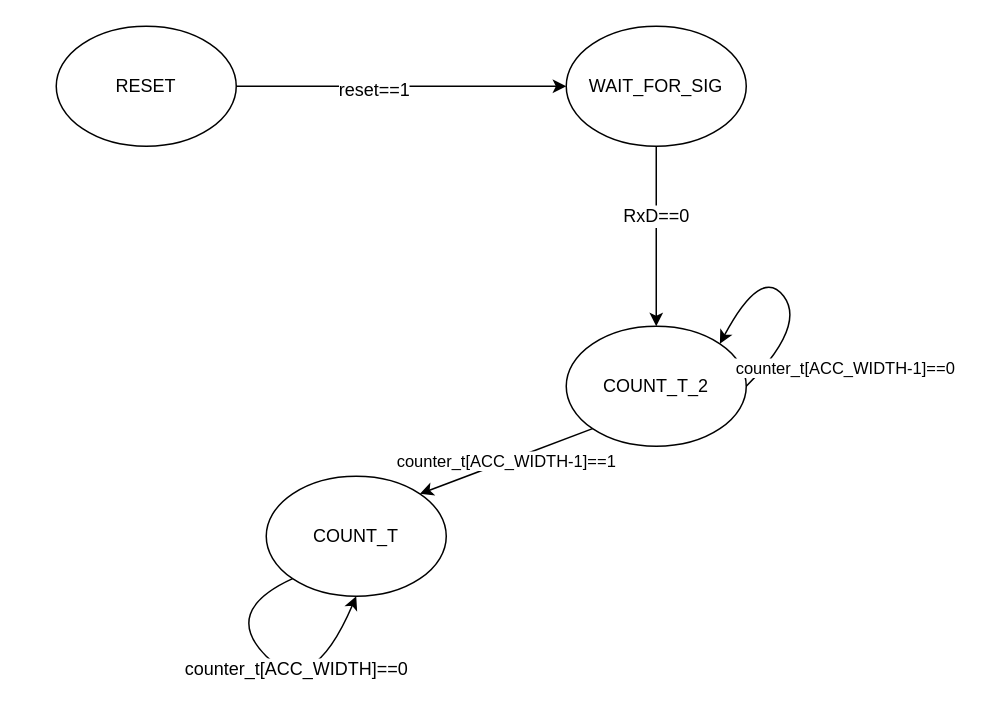
Before: fsm.drawio in Mantabit/misc, a draw.io diagram. Source tidied: cells renumbered, new cells numbered last; positions are measured from the earlier drawing's top-left corner, leaving out a move shared by most shapes. Both pictures are drawn from the tidied source at 150%, with x=0, y=0 at pixel (56, 26).
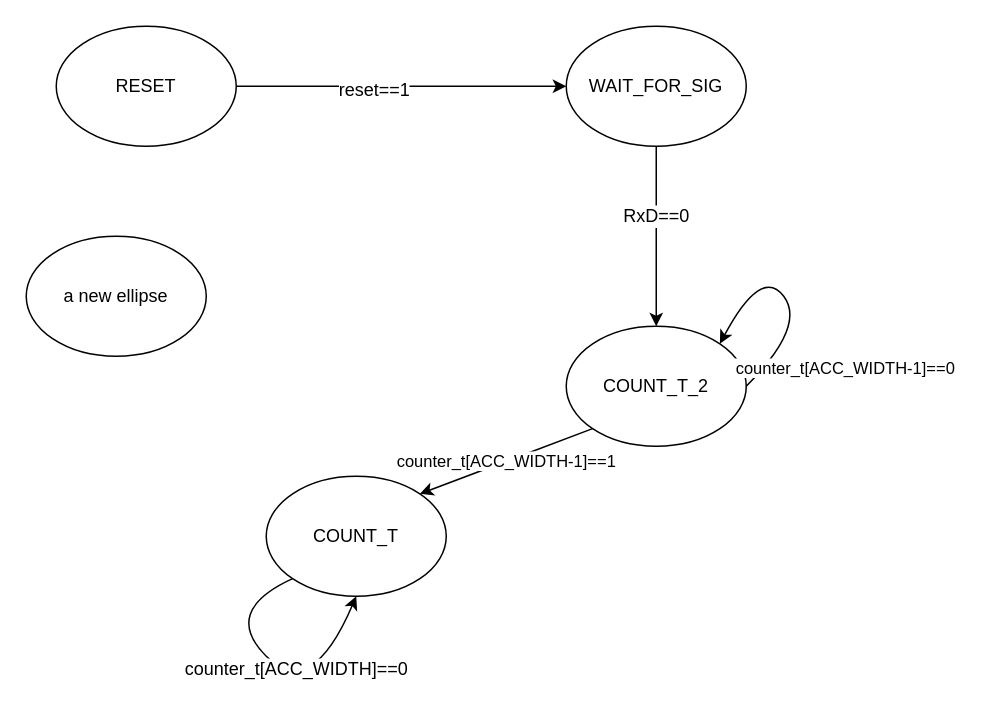
Above is the later version.

Diff of the diagram source:
```diff
@@
 <mxGraphModel>
   <root>
     <mxCell id="0" />
     <mxCell id="1" parent="0" />
     <mxCell id="2" value="RESET" style="ellipse;whiteSpace=wrap;html=1;" parent="1" vertex="1">
       <mxGeometry width="120" height="80" as="geometry" />
     </mxCell>
     <mxCell id="3" value="WAIT_FOR_SIG" style="ellipse;whiteSpace=wrap;html=1;" parent="1" vertex="1">
       <mxGeometry x="340" width="120" height="80" as="geometry" />
     </mxCell>
     <mxCell id="4" value="COUNT_T_2" style="ellipse;whiteSpace=wrap;html=1;" parent="1" vertex="1">
       <mxGeometry x="340" y="200" width="120" height="80" as="geometry" />
     </mxCell>
     <mxCell id="5" value="COUNT_T" style="ellipse;whiteSpace=wrap;html=1;" parent="1" vertex="1">
       <mxGeometry x="140" y="300" width="120" height="80" as="geometry" />
     </mxCell>
     <mxCell id="6" style="endArrow=classic;html=1;exitX=1;exitY=0.5;exitDx=0;exitDy=0;entryX=0;entryY=0.5;entryDx=0;entryDy=0;" parent="1" edge="1" source="2" target="3">
       <mxGeometry relative="1" as="geometry" />
     </mxCell>
     <mxCell id="7" value="reset==1" style="text;html=1;align=center;verticalAlign=middle;labelBackgroundColor=#ffffff;" parent="6" vertex="1">
       <mxGeometry x="-0.17" y="-2" relative="1" as="geometry" />
     </mxCell>
     <mxCell id="8" style="endArrow=classic;html=1;entryX=0.5;entryY=0;entryDx=0;entryDy=0;exitX=0.5;exitY=1;exitDx=0;exitDy=0;" parent="1" edge="1" source="3" target="4">
       <mxGeometry relative="1" as="geometry" />
     </mxCell>
     <mxCell id="9" value="RxD==0" style="text;html=1;align=center;verticalAlign=middle;labelBackgroundColor=#ffffff;" parent="8" vertex="1">
       <mxGeometry x="-0.24" y="-1" relative="1" as="geometry" />
     </mxCell>
     <mxCell id="10" value="counter_t[ACC_WIDTH-1]==0" style="curved=1;endArrow=classic;html=1;exitX=1;exitY=0.5;exitDx=0;exitDy=0;entryX=1;entryY=0;entryDx=0;entryDy=0;" parent="1" edge="1" source="4" target="4">
       <mxGeometry x="-0.32" y="-36" relative="1" as="geometry">
         <Array as="points">
           <mxPoint x="500" y="200" />
           <mxPoint x="470" y="160" />
         </Array>
         <mxPoint x="1" y="2" as="offset" />
       </mxGeometry>
     </mxCell>
     <mxCell id="11" value="counter_t[ACC_WIDTH-1]==1" style="endArrow=classic;html=1;entryX=1;entryY=0;entryDx=0;entryDy=0;exitX=0;exitY=1;exitDx=0;exitDy=0;" parent="1" edge="1" source="4" target="5">
       <mxGeometry relative="1" as="geometry" />
     </mxCell>
     <mxCell id="12" style="curved=1;endArrow=classic;html=1;exitX=0;exitY=1;exitDx=0;exitDy=0;entryX=0.5;entryY=1;entryDx=0;entryDy=0;" parent="1" edge="1" source="5" target="5">
       <mxGeometry relative="1" as="geometry">
         <Array as="points">
           <mxPoint x="110" y="390" />
           <mxPoint x="170" y="450" />
         </Array>
       </mxGeometry>
     </mxCell>
     <mxCell id="13" value="counter_t[ACC_WIDTH]==0" style="text;html=1;align=center;verticalAlign=middle;labelBackgroundColor=#ffffff;" parent="12" vertex="1">
       <mxGeometry x="0.08" y="8" relative="1" as="geometry" />
     </mxCell>
+    <mxCell id="14" value="a new ellipse" style="ellipse;whiteSpace=wrap;html=1;" parent="1" vertex="1">
+      <mxGeometry x="-20" y="140" width="120" height="80" as="geometry" />
+    </mxCell>
   </root>
 </mxGraphModel>
```
